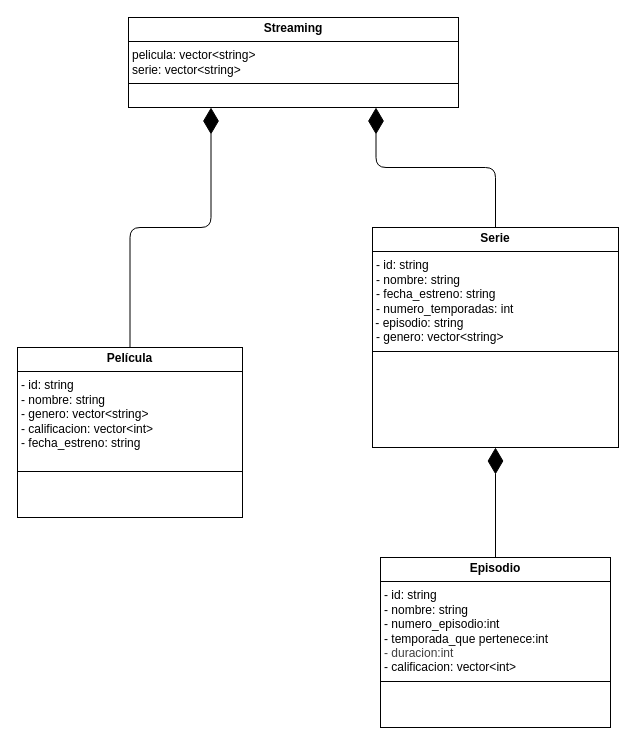
Before: integrador-JuanManuelSanchezVelazquez-main/PrimeraEntrega/version1.drawio in A01802469/Proyecto-POO, a draw.io diagram. Source tidied: cells renumbered, new cells numbered last; positions are measured from the earlier drawing's top-left corner, leaving out a move shared by most shapes. Both pictures are drawn from the tidied source at 100%, with x=0, y=0 at pixel (17, 17).
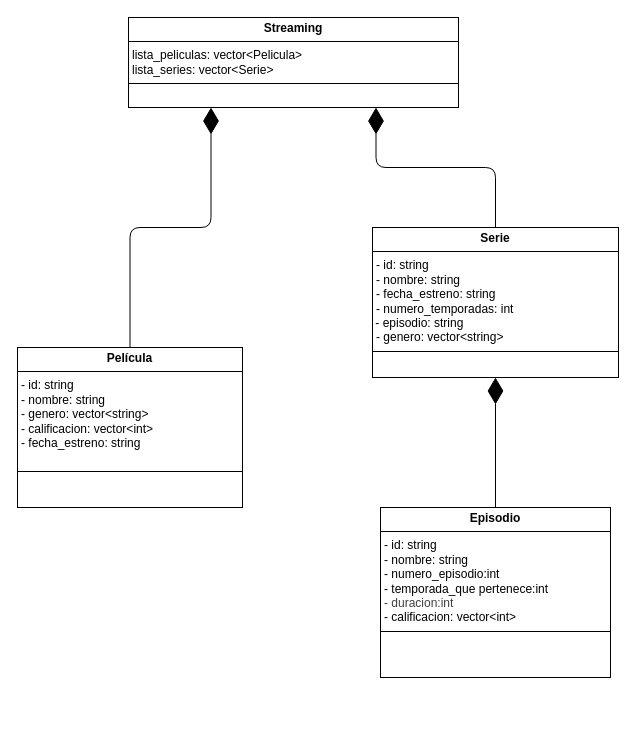
The same diagram, later.

Commit message:
Ultima edición (mandar así)

Change to the diagram source:
```diff
@@
 <mxGraphModel>
   <root>
     <mxCell id="0" />
     <mxCell id="1" parent="0" />
-    <mxCell id="2" value="&lt;p style=&quot;margin:0px;margin-top:4px;text-align:center;&quot;&gt;&lt;b&gt;Streaming&lt;/b&gt;&lt;/p&gt;&lt;hr size=&quot;1&quot; style=&quot;border-style:solid;&quot;&gt;&lt;p style=&quot;margin:0px;margin-left:4px;&quot;&gt;pelicula: vector&amp;lt;string&amp;gt;&lt;/p&gt;&lt;p style=&quot;margin:0px;margin-left:4px;&quot;&gt;serie: vector&amp;lt;string&amp;gt;&lt;/p&gt;&lt;hr size=&quot;1&quot; style=&quot;border-style:solid;&quot;&gt;&lt;p style=&quot;margin:0px;margin-left:4px;&quot;&gt;&lt;br&gt;&lt;/p&gt;" style="verticalAlign=top;align=left;overflow=fill;html=1;whiteSpace=wrap;" parent="1" vertex="1">
+    <mxCell id="2" value="&lt;p style=&quot;margin:0px;margin-top:4px;text-align:center;&quot;&gt;&lt;b&gt;Streaming&lt;/b&gt;&lt;/p&gt;&lt;hr size=&quot;1&quot; style=&quot;border-style:solid;&quot;&gt;&lt;p style=&quot;margin:0px;margin-left:4px;&quot;&gt;lista_peliculas: vector&amp;lt;Pelicula&amp;gt;&lt;/p&gt;&lt;p style=&quot;margin:0px;margin-left:4px;&quot;&gt;lista_series: vector&amp;lt;Serie&amp;gt;&lt;/p&gt;&lt;hr size=&quot;1&quot; style=&quot;border-style:solid;&quot;&gt;&lt;p style=&quot;margin:0px;margin-left:4px;&quot;&gt;&lt;br&gt;&lt;/p&gt;" style="verticalAlign=top;align=left;overflow=fill;html=1;whiteSpace=wrap;" parent="1" vertex="1">
       <mxGeometry x="111" width="330" height="90" as="geometry" />
     </mxCell>
     <mxCell id="3" value="&lt;p style=&quot;margin:0px;margin-top:4px;text-align:center;&quot;&gt;&lt;b&gt;Serie&lt;/b&gt;&lt;/p&gt;&lt;hr size=&quot;1&quot; style=&quot;border-style:solid;&quot;&gt;&lt;p style=&quot;margin: 0px 0px 0px 4px;&quot;&gt;- id: string&lt;/p&gt;&lt;p style=&quot;margin: 0px 0px 0px 4px;&quot;&gt;- nombre: string&lt;/p&gt;&lt;p style=&quot;margin: 0px 0px 0px 4px;&quot;&gt;&lt;span style=&quot;background-color: transparent;&quot;&gt;- fecha_estreno: string&lt;/span&gt;&lt;/p&gt;&lt;p style=&quot;margin: 0px 0px 0px 4px;&quot;&gt;&lt;span style=&quot;background-color: transparent;&quot;&gt;- numero_temporadas: int&lt;/span&gt;&lt;/p&gt;&amp;nbsp;- episodio: string&lt;div&gt;&lt;p style=&quot;margin: 0px 0px 0px 4px;&quot;&gt;- genero: vector&amp;lt;string&amp;gt;&lt;/p&gt;&lt;p style=&quot;margin: 0px 0px 0px 4px;&quot;&gt;&lt;span style=&quot;color: rgb(63, 63, 63);&quot;&gt;&lt;/span&gt;&lt;/p&gt;&lt;hr size=&quot;1&quot; style=&quot;border-style:solid;&quot;&gt;&lt;p style=&quot;margin:0px;margin-left:4px;&quot;&gt;&lt;br&gt;&lt;/p&gt;&lt;/div&gt;" style="verticalAlign=top;align=left;overflow=fill;html=1;whiteSpace=wrap;" parent="1" vertex="1">
-      <mxGeometry x="355" y="210" width="246" height="220" as="geometry" />
+      <mxGeometry x="355" y="210" width="246" height="150" as="geometry" />
     </mxCell>
     <mxCell id="4" value="&lt;p style=&quot;margin:0px;margin-top:4px;text-align:center;&quot;&gt;&lt;b&gt;Película&lt;/b&gt;&lt;/p&gt;&lt;hr size=&quot;1&quot; style=&quot;border-style:solid;&quot;&gt;&lt;p style=&quot;margin: 0px 0px 0px 4px;&quot;&gt;- id: string&lt;/p&gt;&lt;p style=&quot;margin: 0px 0px 0px 4px;&quot;&gt;- nombre: string&lt;/p&gt;&lt;p style=&quot;margin: 0px 0px 0px 4px;&quot;&gt;- genero: vector&amp;lt;string&amp;gt;&lt;/p&gt;&lt;p style=&quot;margin: 0px 0px 0px 4px;&quot;&gt;&lt;span style=&quot;background-color: transparent;&quot;&gt;- calificacion: vector&amp;lt;int&amp;gt;&lt;/span&gt;&lt;/p&gt;&lt;p style=&quot;margin: 0px 0px 0px 4px;&quot;&gt;- fecha_estreno: string&lt;/p&gt;&lt;p style=&quot;margin: 0px 0px 0px 4px;&quot;&gt;&lt;br&gt;&lt;/p&gt;&lt;hr size=&quot;1&quot; style=&quot;border-style:solid;&quot;&gt;&lt;p style=&quot;margin:0px;margin-left:4px;&quot;&gt;&lt;br&gt;&lt;/p&gt;" style="verticalAlign=top;align=left;overflow=fill;html=1;whiteSpace=wrap;" parent="1" vertex="1">
-      <mxGeometry y="330" width="225" height="170" as="geometry" />
+      <mxGeometry y="330" width="225" height="160" as="geometry" />
     </mxCell>
     <mxCell id="5" value="&lt;p style=&quot;margin:0px;margin-top:4px;text-align:center;&quot;&gt;&lt;b&gt;Episodio&lt;/b&gt;&lt;/p&gt;&lt;hr size=&quot;1&quot; style=&quot;border-style:solid;&quot;&gt;&lt;p style=&quot;margin:0px;margin-left:4px;&quot;&gt;- id: string&lt;/p&gt;&lt;p style=&quot;margin:0px;margin-left:4px;&quot;&gt;- nombre: string&lt;/p&gt;&lt;p style=&quot;margin:0px;margin-left:4px;&quot;&gt;- numero_episodio:int&lt;/p&gt;&lt;p style=&quot;margin:0px;margin-left:4px;&quot;&gt;- temporada_que pertenece:int&lt;/p&gt;&lt;p style=&quot;margin:0px;margin-left:4px;&quot;&gt;&lt;span style=&quot;color: rgb(63, 63, 63);&quot;&gt;- duracion:int&lt;/span&gt;&lt;/p&gt;&lt;p style=&quot;margin: 0px 0px 0px 4px;&quot;&gt;&lt;span style=&quot;background-color: transparent;&quot;&gt;- calificacion: vector&amp;lt;int&amp;gt;&lt;/span&gt;&lt;/p&gt;&lt;hr size=&quot;1&quot; style=&quot;border-style:solid;&quot;&gt;&lt;p style=&quot;margin:0px;margin-left:4px;&quot;&gt;&lt;br&gt;&lt;/p&gt;" style="verticalAlign=top;align=left;overflow=fill;html=1;whiteSpace=wrap;" parent="1" vertex="1">
-      <mxGeometry x="363" y="540" width="230" height="170" as="geometry" />
+      <mxGeometry x="363" y="490" width="230" height="170" as="geometry" />
     </mxCell>
     <mxCell id="6" style="endArrow=diamondThin;endFill=1;endSize=24;html=1;entryX=0.25;entryY=1;entryDx=0;entryDy=0;exitX=0.5;exitY=0;exitDx=0;exitDy=0;edgeStyle=orthogonalEdgeStyle;" parent="1" edge="1" source="4" target="2">
       <mxGeometry relative="1" as="geometry" />
     </mxCell>
     <mxCell id="7" style="endArrow=diamondThin;endFill=1;endSize=24;html=1;entryX=0.75;entryY=1;entryDx=0;entryDy=0;exitX=0.5;exitY=0;exitDx=0;exitDy=0;edgeStyle=orthogonalEdgeStyle;" parent="1" edge="1" source="3" target="2">
       <mxGeometry relative="1" as="geometry" />
     </mxCell>
     <mxCell id="8" style="endArrow=diamondThin;endFill=1;endSize=24;html=1;entryX=0.5;entryY=1;entryDx=0;entryDy=0;exitX=0.5;exitY=0;exitDx=0;exitDy=0;" parent="1" edge="1" source="5" target="3">
       <mxGeometry relative="1" as="geometry" />
     </mxCell>
   </root>
 </mxGraphModel>
```
